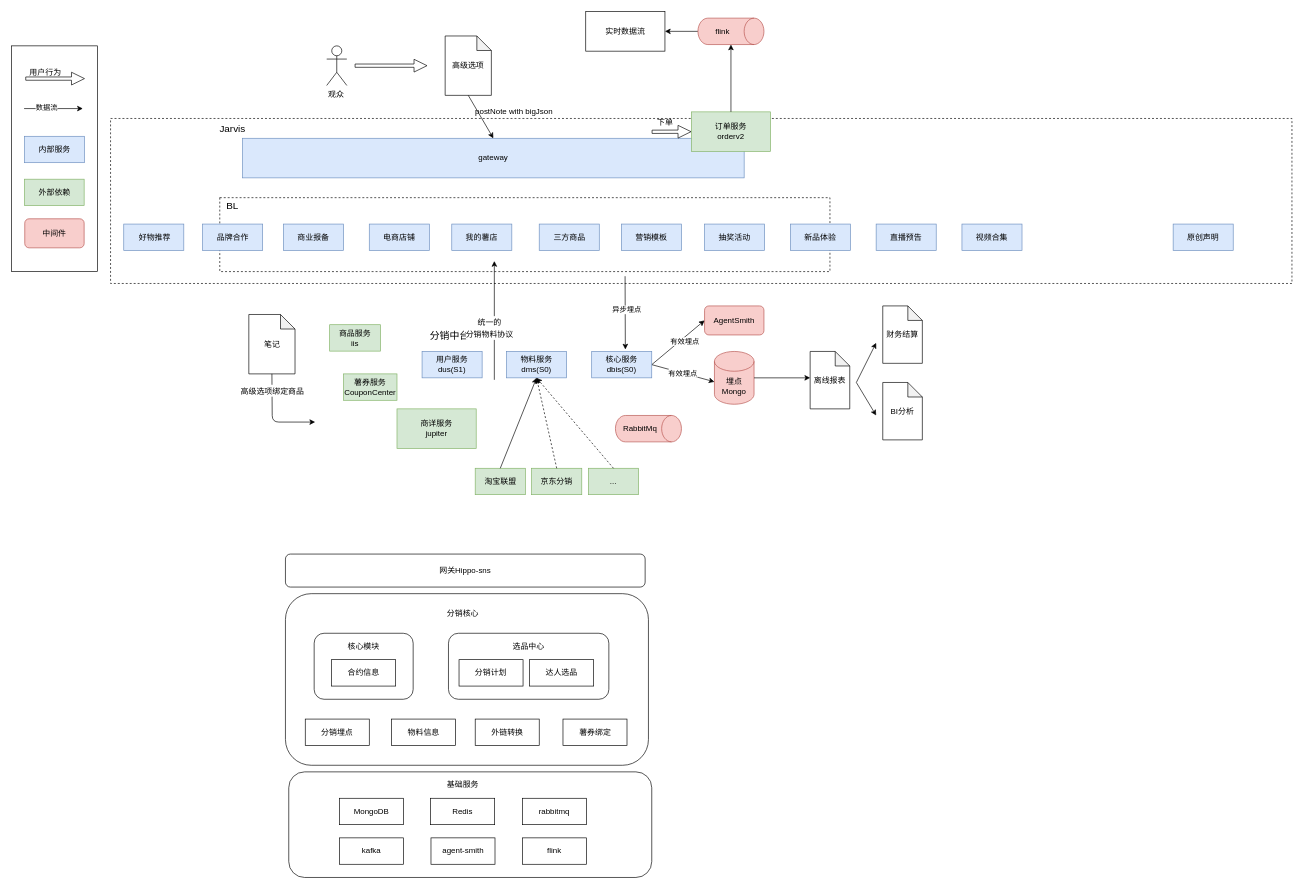
The draw.io diagram xiaohongshu/高级选项架构图.drawio in windfansy/drawio, before the edit. Source tidied: cells renumbered, new cells numbered last; positions are measured from the earlier drawing's top-left corner, leaving out a move shared by most shapes. Both pictures are drawn from the tidied source at 66%, with x=0, y=0 at pixel (11, 11).
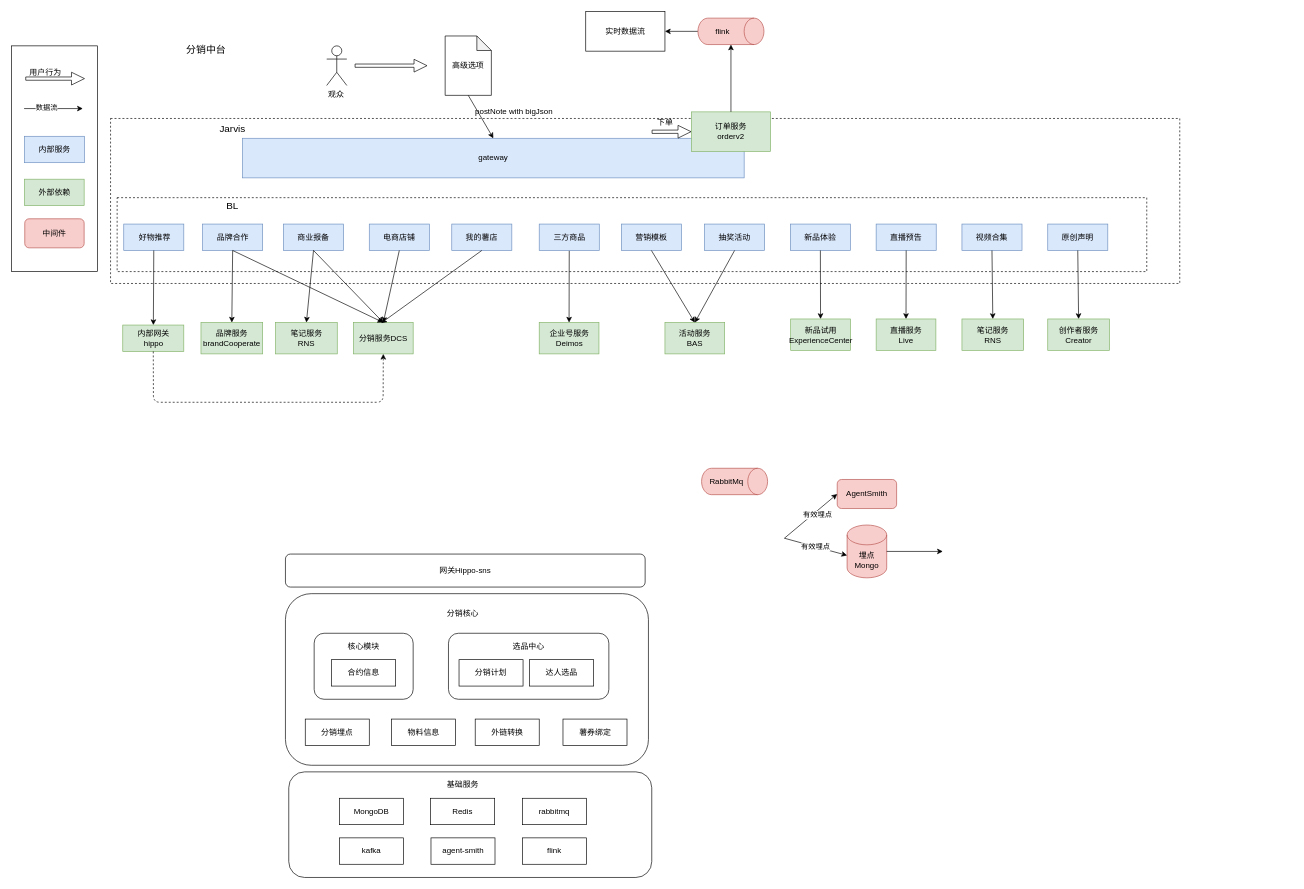
Above is the later version.

Commit message (it also covers changes not shown here):
Update 高级选项架构图.drawio

The change refers to these unchanged cells:
```xml
<mxCell id="61" value="&amp;nbsp;好物推荐" style="rounded=0;whiteSpace=wrap;html=1;fillColor=#dae8fc;strokeColor=#6c8ebf;" parent="1" vertex="1">
  <mxGeometry x="170" y="322" width="91" height="40" as="geometry" />
</mxCell>
<mxCell id="81" value="品牌合作" style="rounded=0;whiteSpace=wrap;html=1;fillColor=#dae8fc;strokeColor=#6c8ebf;" parent="1" vertex="1">
  <mxGeometry x="289.5" y="322" width="91" height="40" as="geometry" />
</mxCell>
<mxCell id="82" value="商业报备" style="rounded=0;whiteSpace=wrap;html=1;fillColor=#dae8fc;strokeColor=#6c8ebf;" parent="1" vertex="1">
  <mxGeometry x="412" y="322" width="91" height="40" as="geometry" />
</mxCell>
<mxCell id="83" value="新品体验" style="rounded=0;whiteSpace=wrap;html=1;fillColor=#dae8fc;strokeColor=#6c8ebf;" parent="1" vertex="1">
  <mxGeometry x="1180" y="322" width="91" height="40" as="geometry" />
</mxCell>
<mxCell id="84" value="三方商品" style="rounded=0;whiteSpace=wrap;html=1;fillColor=#dae8fc;strokeColor=#6c8ebf;" parent="1" vertex="1">
  <mxGeometry x="799.5" y="322" width="91" height="40" as="geometry" />
</mxCell>
<mxCell id="85" value="营销模板" style="rounded=0;whiteSpace=wrap;html=1;fillColor=#dae8fc;strokeColor=#6c8ebf;" parent="1" vertex="1">
  <mxGeometry x="924" y="322" width="91" height="40" as="geometry" />
</mxCell>
<mxCell id="86" value="抽奖活动" style="rounded=0;whiteSpace=wrap;html=1;fillColor=#dae8fc;strokeColor=#6c8ebf;" parent="1" vertex="1">
  <mxGeometry x="1050" y="322" width="91" height="40" as="geometry" />
</mxCell>
<mxCell id="87" value="电商店铺" style="rounded=0;whiteSpace=wrap;html=1;fillColor=#dae8fc;strokeColor=#6c8ebf;" parent="1" vertex="1">
  <mxGeometry x="542" y="322" width="91" height="40" as="geometry" />
</mxCell>
<mxCell id="88" value="我的薯店" style="rounded=0;whiteSpace=wrap;html=1;fillColor=#dae8fc;strokeColor=#6c8ebf;" parent="1" vertex="1">
  <mxGeometry x="667" y="322" width="91" height="40" as="geometry" />
</mxCell>
<mxCell id="89" value="直播预告" style="rounded=0;whiteSpace=wrap;html=1;fillColor=#dae8fc;strokeColor=#6c8ebf;" parent="1" vertex="1">
  <mxGeometry x="1310" y="322" width="91" height="40" as="geometry" />
</mxCell>
<mxCell id="90" value="视频合集" style="rounded=0;whiteSpace=wrap;html=1;fillColor=#dae8fc;strokeColor=#6c8ebf;" parent="1" vertex="1">
  <mxGeometry x="1440" y="322" width="91" height="40" as="geometry" />
</mxCell>
```

Diff of the diagram source:
```diff
@@
     <mxCell id="2" style="rounded=0;whiteSpace=wrap;html=1;dashed=1;fontSize=15;" parent="1" vertex="1">
-      <mxGeometry x="150" y="162" width="1790" height="250" as="geometry" />
+      <mxGeometry x="150" y="162" width="1620" height="250" as="geometry" />
     </mxCell>
     <mxCell id="3" style="rounded=0;whiteSpace=wrap;html=1;dashed=1;fontSize=15;" parent="1" vertex="1">
-      <mxGeometry x="315.5" y="282" width="924.5" height="112" as="geometry" />
+      <mxGeometry x="160" y="282" width="1560" height="112" as="geometry" />
     </mxCell>
@@
-    <mxCell id="11" value="商品服务&lt;br&gt;iis" style="rounded=0;whiteSpace=wrap;html=1;fillColor=#d5e8d4;strokeColor=#82b366;" parent="1" vertex="1">
-      <mxGeometry x="482" y="474.5" width="77" height="40" as="geometry" />
+    <mxCell id="11" value="分销服务DCS" style="rounded=0;whiteSpace=wrap;html=1;fillColor=#d5e8d4;strokeColor=#82b366;verticalAlign=middle;" parent="1" vertex="1">
+      <mxGeometry x="518" y="471.2" width="90.5" height="47.5" as="geometry" />
     </mxCell>
     <mxCell id="12" value="埋点Mongo" style="shape=cylinder3;whiteSpace=wrap;html=1;boundedLbl=1;backgroundOutline=1;size=15;align=center;fillColor=#f8cecc;strokeColor=#b85450;" parent="1" vertex="1">
-      <mxGeometry x="1065" y="515" width="60" height="80" as="geometry" />
+      <mxGeometry x="1266" y="778" width="60" height="80" as="geometry" />
     </mxCell>
     <mxCell id="13" value="AgentSmith" style="rounded=1;whiteSpace=wrap;html=1;align=center;fillColor=#f8cecc;strokeColor=#b85450;" parent="1" vertex="1">
-      <mxGeometry x="1050" y="446" width="90" height="44" as="geometry" />
+      <mxGeometry x="1251" y="709" width="90" height="44" as="geometry" />
     </mxCell>
@@
-    <mxCell id="16" value="离线报表" style="shape=note;whiteSpace=wrap;html=1;backgroundOutline=1;darkOpacity=0.05;align=center;size=22;" parent="1" vertex="1">
-      <mxGeometry x="1210" y="515" width="60" height="87" as="geometry" />
-    </mxCell>
@@
     <mxCell id="19" value="RabbitMq" style="shape=cylinder3;whiteSpace=wrap;html=1;boundedLbl=1;backgroundOutline=1;size=15;align=center;direction=south;fillColor=#f8cecc;strokeColor=#b85450;" parent="1" vertex="1">
-      <mxGeometry x="915" y="612" width="100" height="40" as="geometry" />
+      <mxGeometry x="1045.5" y="692" width="100" height="40" as="geometry" />
     </mxCell>
@@
-    <mxCell id="21" value="商详服务&lt;br&gt;jupiter" style="rounded=0;whiteSpace=wrap;html=1;fillColor=#d5e8d4;strokeColor=#82b366;" parent="1" vertex="1">
-      <mxGeometry x="584" y="602" width="120" height="60" as="geometry" />
-    </mxCell>
-    <mxCell id="22" value="薯券服务&lt;br&gt;CouponCenter" style="rounded=0;whiteSpace=wrap;html=1;fillColor=#d5e8d4;strokeColor=#82b366;" parent="1" vertex="1">
-      <mxGeometry x="503" y="549" width="81" height="40" as="geometry" />
+    <mxCell id="22" value="内部网关&lt;br&gt;hippo" style="rounded=0;whiteSpace=wrap;html=1;fillColor=#d5e8d4;strokeColor=#82b366;" parent="1" vertex="1">
+      <mxGeometry x="168.5" y="475" width="92.5" height="40" as="geometry" />
     </mxCell>
@@
-    <mxCell id="24" style="endArrow=classic;html=1;exitX=0.5;exitY=1;exitDx=0;exitDy=0;exitPerimeter=0;" parent="1" edge="1">
-      <mxGeometry relative="1" as="geometry">
-        <mxPoint x="929.6" y="401" as="sourcePoint" />
-        <mxPoint x="930" y="512" as="targetPoint" />
-      </mxGeometry>
+    <mxCell id="24" style="endArrow=classic;html=1;exitX=0.5;exitY=1;exitDx=0;exitDy=0;entryX=0.5;entryY=0;entryDx=0;entryDy=0;" parent="1" edge="1" source="84" target="101">
+      <mxGeometry relative="1" as="geometry" />
     </mxCell>
-    <mxCell id="25" value="异步埋点" style="edgeLabel;html=1;align=center;verticalAlign=middle;" parent="24" vertex="1">
-      <mxGeometry x="-0.08" y="2" relative="1" as="geometry" />
-    </mxCell>
-    <mxCell id="26" value="有效埋点" style="endArrow=classic;html=1;entryX=0;entryY=0.5;entryDx=0;entryDy=0;exitX=1;exitY=0.5;exitDx=0;exitDy=0;" parent="1" edge="1" source="58" target="13">
-      <mxGeometry x="0.17" y="-5" relative="1" as="geometry" />
+    <mxCell id="26" value="有效埋点" style="endArrow=classic;html=1;entryX=0;entryY=0.5;entryDx=0;entryDy=0;exitX=1;exitY=0.5;exitDx=0;exitDy=0;" parent="1" edge="1" target="13">
+      <mxGeometry x="0.17" y="-5" relative="1" as="geometry">
+        <mxPoint x="1171" y="798" as="sourcePoint" />
+      </mxGeometry>
     </mxCell>
-    <mxCell id="27" value="有效埋点" style="endArrow=classic;html=1;entryX=0;entryY=0.5;entryDx=0;entryDy=0;entryPerimeter=0;exitX=1;exitY=0.5;exitDx=0;exitDy=0;" parent="1" edge="1" source="58">
+    <mxCell id="27" value="有效埋点" style="endArrow=classic;html=1;entryX=0;entryY=0.5;entryDx=0;entryDy=0;entryPerimeter=0;exitX=1;exitY=0.5;exitDx=0;exitDy=0;" parent="1" edge="1">
       <mxGeometry relative="1" as="geometry">
-        <mxPoint x="1065" y="561" as="targetPoint" />
+        <mxPoint x="1171" y="798" as="sourcePoint" />
+        <mxPoint x="1266" y="824" as="targetPoint" />
       </mxGeometry>
     </mxCell>
     <mxCell id="28" style="endArrow=classic;html=1;exitX=1;exitY=0.5;exitDx=0;exitDy=0;exitPerimeter=0;" parent="1" edge="1" source="12">
       <mxGeometry relative="1" as="geometry">
-        <mxPoint x="1210" y="555" as="targetPoint" />
+        <mxPoint x="1411" y="818" as="targetPoint" />
       </mxGeometry>
     </mxCell>
@@
-    <mxCell id="33" value="财务结算" style="shape=note;whiteSpace=wrap;html=1;backgroundOutline=1;darkOpacity=0.05;align=center;size=22;" parent="1" vertex="1">
-      <mxGeometry x="1320" y="446" width="60" height="87" as="geometry" />
-    </mxCell>
-    <mxCell id="34" value="BI分析" style="shape=note;whiteSpace=wrap;html=1;backgroundOutline=1;darkOpacity=0.05;align=center;size=22;" parent="1" vertex="1">
-      <mxGeometry x="1320" y="562" width="60" height="87" as="geometry" />
-    </mxCell>
-    <mxCell id="35" style="endArrow=classic;html=1;" parent="1" edge="1">
-      <mxGeometry relative="1" as="geometry">
-        <mxPoint x="1280" y="562" as="sourcePoint" />
-        <mxPoint x="1310" y="502" as="targetPoint" />
-      </mxGeometry>
-    </mxCell>
-    <mxCell id="36" style="endArrow=classic;html=1;" parent="1" edge="1">
-      <mxGeometry relative="1" as="geometry">
-        <mxPoint x="1280" y="562" as="sourcePoint" />
-        <mxPoint x="1310" y="612" as="targetPoint" />
-      </mxGeometry>
-    </mxCell>
-    <mxCell id="37" value="笔记" style="shape=note;whiteSpace=wrap;html=1;backgroundOutline=1;darkOpacity=0.05;align=center;size=22;" parent="1" vertex="1">
-      <mxGeometry x="359.5" y="459" width="70" height="90" as="geometry" />
-    </mxCell>
@@
     <mxCell id="57" value="分销中台" style="text;html=1;strokeColor=none;fillColor=none;align=center;verticalAlign=middle;whiteSpace=wrap;rounded=0;fontSize=15;" parent="1" vertex="1">
-      <mxGeometry x="608.5" y="464.5" width="110" height="50" as="geometry" />
+      <mxGeometry x="240" y="31.6" width="110" height="50" as="geometry" />
     </mxCell>
-    <mxCell id="58" value="核心服务dbis(S0)" style="rounded=0;whiteSpace=wrap;html=1;fillColor=#dae8fc;strokeColor=#6c8ebf;" parent="1" vertex="1">
-      <mxGeometry x="879" y="515" width="91" height="40" as="geometry" />
-    </mxCell>
-    <mxCell id="59" value="物料服务dms(S0)" style="rounded=0;whiteSpace=wrap;html=1;fillColor=#dae8fc;strokeColor=#6c8ebf;" parent="1" vertex="1">
-      <mxGeometry x="750" y="515" width="91" height="40" as="geometry" />
-    </mxCell>
-    <mxCell id="60" value="用户服务dus(S1)" style="rounded=0;whiteSpace=wrap;html=1;fillColor=#dae8fc;strokeColor=#6c8ebf;" parent="1" vertex="1">
-      <mxGeometry x="622" y="515" width="91" height="40" as="geometry" />
-    </mxCell>
@@
-    <mxCell id="62" style="endArrow=classic;html=1;fontSize=15;exitX=0.5;exitY=1;exitDx=0;exitDy=0;exitPerimeter=0;" parent="1" edge="1" source="37">
-      <mxGeometry relative="1" as="geometry">
-        <mxPoint x="460" y="622" as="targetPoint" />
-        <Array as="points">
-          <mxPoint x="395" y="622" />
-        </Array>
-      </mxGeometry>
-    </mxCell>
-    <mxCell id="63" value="&lt;font style=&quot;font-size: 12px&quot;&gt;高级选项绑定商品&lt;/font&gt;" style="edgeLabel;html=1;align=center;verticalAlign=middle;fontSize=15;" parent="62" vertex="1">
-      <mxGeometry x="-0.64" relative="1" as="geometry" />
-    </mxCell>
-    <mxCell id="64" value="淘宝联盟" style="rounded=0;whiteSpace=wrap;html=1;fillColor=#d5e8d4;strokeColor=#82b366;" parent="1" vertex="1">
-      <mxGeometry x="702.5" y="692" width="76" height="40" as="geometry" />
-    </mxCell>
@@
-    <mxCell id="72" style="endArrow=classic;html=1;fontSize=15;" parent="1" edge="1">
-      <mxGeometry relative="1" as="geometry">
-        <mxPoint x="731.5" y="558" as="sourcePoint" />
-        <mxPoint x="731.5" y="378" as="targetPoint" />
-      </mxGeometry>
-    </mxCell>
-    <mxCell id="73" value="&lt;span style=&quot;font-size: 12px&quot;&gt;统一的&lt;br&gt;分销物料协议&lt;/span&gt;" style="edgeLabel;html=1;align=center;verticalAlign=middle;fontSize=15;" parent="72" vertex="1">
-      <mxGeometry x="0.71" y="1" relative="1" as="geometry">
-        <mxPoint x="-7" y="74" as="offset" />
-      </mxGeometry>
-    </mxCell>
-    <mxCell id="74" value="京东分销" style="rounded=0;whiteSpace=wrap;html=1;fillColor=#d5e8d4;strokeColor=#82b366;" parent="1" vertex="1">
-      <mxGeometry x="788" y="692" width="76" height="40" as="geometry" />
-    </mxCell>
-    <mxCell id="75" value="..." style="rounded=0;whiteSpace=wrap;html=1;fillColor=#d5e8d4;strokeColor=#82b366;" parent="1" vertex="1">
-      <mxGeometry x="874" y="692" width="76" height="40" as="geometry" />
-    </mxCell>
-    <mxCell id="76" style="endArrow=classic;html=1;fontSize=15;exitX=0.5;exitY=0;exitDx=0;exitDy=0;entryX=0.5;entryY=1;entryDx=0;entryDy=0;" parent="1" edge="1" source="64" target="59">
+    <mxCell id="76" style="endArrow=classic;html=1;fontSize=15;exitX=0.5;exitY=1;exitDx=0;exitDy=0;" parent="1" edge="1" source="61" target="22">
       <mxGeometry relative="1" as="geometry" />
     </mxCell>
-    <mxCell id="77" style="endArrow=classic;html=1;fontSize=15;exitX=0.5;exitY=0;exitDx=0;exitDy=0;dashed=1;entryX=0.5;entryY=1;entryDx=0;entryDy=0;" parent="1" edge="1" source="74" target="59">
-      <mxGeometry relative="1" as="geometry" />
-    </mxCell>
-    <mxCell id="78" style="endArrow=classic;html=1;fontSize=15;dashed=1;exitX=0.5;exitY=0;exitDx=0;exitDy=0;entryX=0.5;entryY=1;entryDx=0;entryDy=0;" parent="1" edge="1" source="75" target="59">
-      <mxGeometry relative="1" as="geometry" />
-    </mxCell>
@@
     <mxCell id="91" value="原创声明" style="rounded=0;whiteSpace=wrap;html=1;fillColor=#dae8fc;strokeColor=#6c8ebf;" parent="1" vertex="1">
-      <mxGeometry x="1760" y="322" width="91" height="40" as="geometry" />
+      <mxGeometry x="1570" y="322" width="91" height="40" as="geometry" />
     </mxCell>
+    <mxCell id="92" style="endArrow=classic;html=1;fontSize=15;exitX=0.5;exitY=1;exitDx=0;exitDy=0;dashed=1;entryX=0.5;entryY=1;entryDx=0;entryDy=0;" parent="1" edge="1" source="22" target="11">
+      <mxGeometry relative="1" as="geometry">
+        <Array as="points">
+          <mxPoint x="215" y="592" />
+          <mxPoint x="340" y="592" />
+          <mxPoint x="460" y="592" />
+          <mxPoint x="563" y="592" />
+        </Array>
+      </mxGeometry>
+    </mxCell>
+    <mxCell id="93" value="品牌服务brandCooperate" style="rounded=0;whiteSpace=wrap;html=1;fillColor=#d5e8d4;strokeColor=#82b366;" parent="1" vertex="1">
+      <mxGeometry x="287" y="471.2" width="93.5" height="47.5" as="geometry" />
+    </mxCell>
+    <mxCell id="94" value="笔记服务&lt;br&gt;RNS" style="rounded=0;whiteSpace=wrap;html=1;fillColor=#d5e8d4;strokeColor=#82b366;" parent="1" vertex="1">
+      <mxGeometry x="400" y="471.2" width="93.5" height="47.5" as="geometry" />
+    </mxCell>
+    <mxCell id="95" style="endArrow=classic;html=1;fontSize=15;exitX=0.5;exitY=1;exitDx=0;exitDy=0;entryX=0.5;entryY=0;entryDx=0;entryDy=0;" parent="1" edge="1" source="81" target="93">
+      <mxGeometry relative="1" as="geometry" />
+    </mxCell>
+    <mxCell id="96" style="endArrow=classic;html=1;fontSize=15;exitX=0.5;exitY=1;exitDx=0;exitDy=0;" parent="1" edge="1" source="81">
+      <mxGeometry relative="1" as="geometry">
+        <mxPoint x="563" y="471" as="targetPoint" />
+      </mxGeometry>
+    </mxCell>
+    <mxCell id="97" style="endArrow=classic;html=1;fontSize=15;exitX=0.5;exitY=1;exitDx=0;exitDy=0;entryX=0.5;entryY=0;entryDx=0;entryDy=0;" parent="1" edge="1" source="82" target="94">
+      <mxGeometry relative="1" as="geometry" />
+    </mxCell>
+    <mxCell id="98" style="endArrow=classic;html=1;fontSize=15;exitX=0.5;exitY=1;exitDx=0;exitDy=0;entryX=0.5;entryY=0;entryDx=0;entryDy=0;" parent="1" edge="1" source="82" target="11">
+      <mxGeometry relative="1" as="geometry" />
+    </mxCell>
+    <mxCell id="99" style="endArrow=classic;html=1;fontSize=15;exitX=0.5;exitY=1;exitDx=0;exitDy=0;entryX=0.5;entryY=0;entryDx=0;entryDy=0;" parent="1" edge="1" source="87" target="11">
+      <mxGeometry relative="1" as="geometry" />
+    </mxCell>
+    <mxCell id="100" style="endArrow=classic;html=1;fontSize=15;exitX=0.5;exitY=1;exitDx=0;exitDy=0;" parent="1" edge="1" source="88">
+      <mxGeometry relative="1" as="geometry">
+        <mxPoint x="560" y="472" as="targetPoint" />
+      </mxGeometry>
+    </mxCell>
+    <mxCell id="101" value="企业号服务&lt;br&gt;Deimos" style="rounded=0;whiteSpace=wrap;html=1;fillColor=#d5e8d4;strokeColor=#82b366;verticalAlign=middle;" parent="1" vertex="1">
+      <mxGeometry x="799.5" y="471.2" width="90.5" height="47.5" as="geometry" />
+    </mxCell>
+    <mxCell id="102" value="活动服务&lt;br&gt;BAS" style="rounded=0;whiteSpace=wrap;html=1;fillColor=#d5e8d4;strokeColor=#82b366;verticalAlign=middle;" parent="1" vertex="1">
+      <mxGeometry x="990" y="471.2" width="90.5" height="47.5" as="geometry" />
+    </mxCell>
+    <mxCell id="103" style="endArrow=classic;html=1;exitX=0.5;exitY=1;exitDx=0;exitDy=0;entryX=0.5;entryY=0;entryDx=0;entryDy=0;" parent="1" edge="1" source="85" target="102">
+      <mxGeometry relative="1" as="geometry" />
+    </mxCell>
+    <mxCell id="104" style="endArrow=classic;html=1;exitX=0.5;exitY=1;exitDx=0;exitDy=0;entryX=0.5;entryY=0;entryDx=0;entryDy=0;" parent="1" edge="1" source="86" target="102">
+      <mxGeometry relative="1" as="geometry" />
+    </mxCell>
+    <mxCell id="105" value="新品试用&lt;br&gt;ExperienceCenter" style="rounded=0;whiteSpace=wrap;html=1;fillColor=#d5e8d4;strokeColor=#82b366;verticalAlign=middle;" parent="1" vertex="1">
+      <mxGeometry x="1180.5" y="465.8" width="90.5" height="47.5" as="geometry" />
+    </mxCell>
+    <mxCell id="106" style="endArrow=classic;html=1;exitX=0.5;exitY=1;exitDx=0;exitDy=0;entryX=0.5;entryY=0;entryDx=0;entryDy=0;" parent="1" edge="1" source="83" target="105">
+      <mxGeometry relative="1" as="geometry" />
+    </mxCell>
+    <mxCell id="107" value="直播服务&lt;br&gt;Live" style="rounded=0;whiteSpace=wrap;html=1;fillColor=#d5e8d4;strokeColor=#82b366;verticalAlign=middle;" parent="1" vertex="1">
+      <mxGeometry x="1310" y="465.8" width="90.5" height="47.5" as="geometry" />
+    </mxCell>
+    <mxCell id="108" value="笔记服务&lt;br&gt;RNS" style="rounded=0;whiteSpace=wrap;html=1;fillColor=#d5e8d4;strokeColor=#82b366;" parent="1" vertex="1">
+      <mxGeometry x="1440" y="465.8" width="93.5" height="47.5" as="geometry" />
+    </mxCell>
+    <mxCell id="109" value="创作者服务&lt;br&gt;Creator" style="rounded=0;whiteSpace=wrap;html=1;fillColor=#d5e8d4;strokeColor=#82b366;" parent="1" vertex="1">
+      <mxGeometry x="1570" y="465.8" width="93.5" height="47.5" as="geometry" />
+    </mxCell>
+    <mxCell id="110" style="endArrow=classic;html=1;exitX=0.5;exitY=1;exitDx=0;exitDy=0;entryX=0.5;entryY=0;entryDx=0;entryDy=0;" parent="1" edge="1" source="89" target="107">
+      <mxGeometry relative="1" as="geometry" />
+    </mxCell>
+    <mxCell id="111" style="endArrow=classic;html=1;exitX=0.5;exitY=1;exitDx=0;exitDy=0;entryX=0.5;entryY=0;entryDx=0;entryDy=0;" parent="1" edge="1" source="90" target="108">
+      <mxGeometry relative="1" as="geometry" />
+    </mxCell>
+    <mxCell id="112" style="endArrow=classic;html=1;exitX=0.5;exitY=1;exitDx=0;exitDy=0;entryX=0.5;entryY=0;entryDx=0;entryDy=0;" parent="1" edge="1" source="91" target="109">
+      <mxGeometry relative="1" as="geometry" />
+    </mxCell>
```
